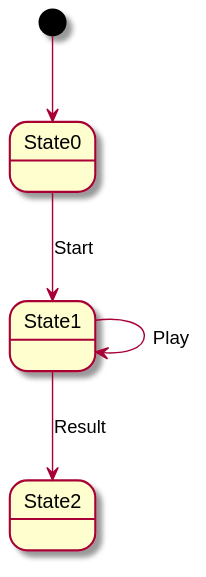
Before: build/docs/asciidoc/images/diagramaContexto.svg, a diagram exported from PlantUML (x-USantaTecla-game-ticTacToe/requirements). Source of this version:
```plantuml
@startuml

[*] --> State0
State0 --> State1 : Start
State1 --> State1 : Play
State1 --> State2 : Result
@enduml
```
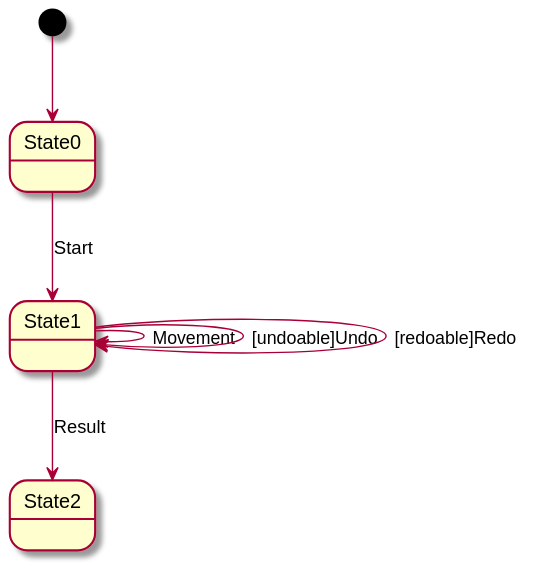
After the commit.

What changed in the source:
```diff
@@ -2,6 +2,8 @@
 
 [*] --> State0
 State0 --> State1 : Start
-State1 --> State1 : Play
+State1 --> State1 : Movement
+State1 --> State1 : [undoable]Undo
+State1 --> State1 : [redoable]Redo
 State1 --> State2 : Result
 @enduml
```
